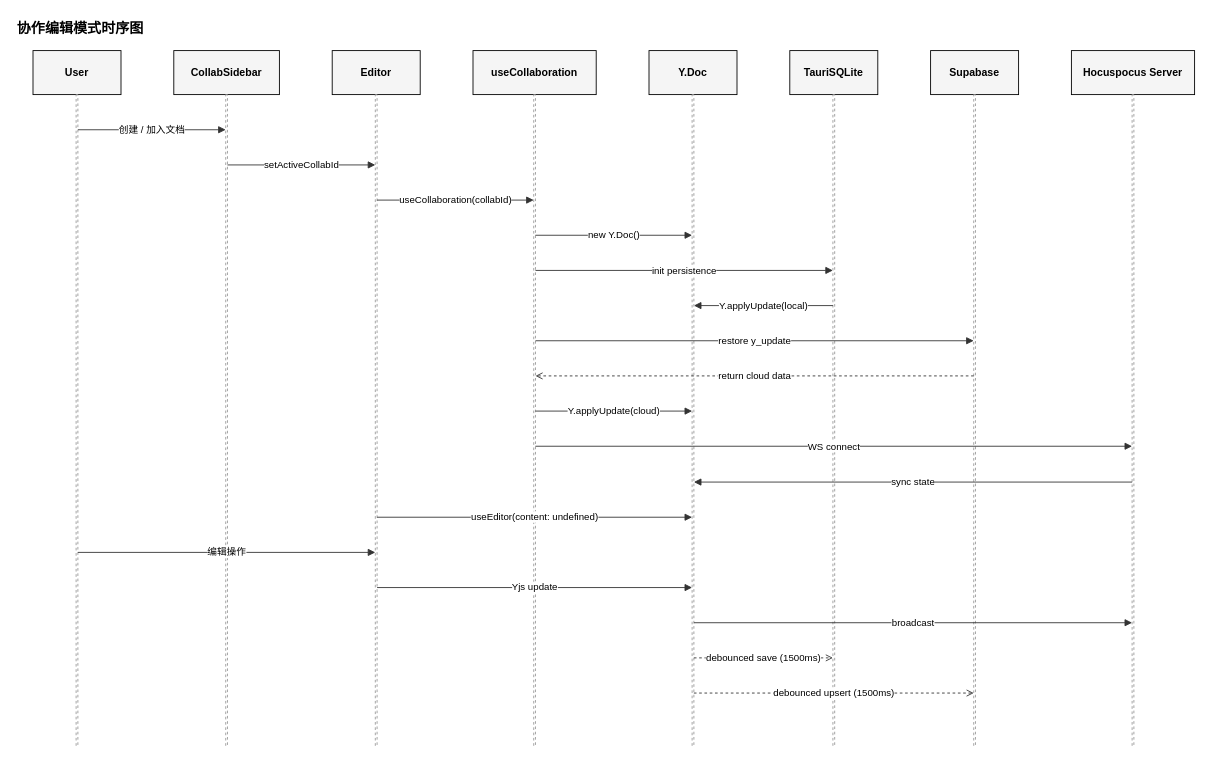
Above: docs/diagrams/collaboration-sequence.drawio in zhoumowan/zmark (draw.io), before the change. Source tidied: cells renumbered, new cells numbered last; positions are measured from the earlier drawing's top-left corner, leaving out a move shared by most shapes. Both pictures are drawn from the tidied source at 88%, with x=0, y=0 at pixel (15, 15).
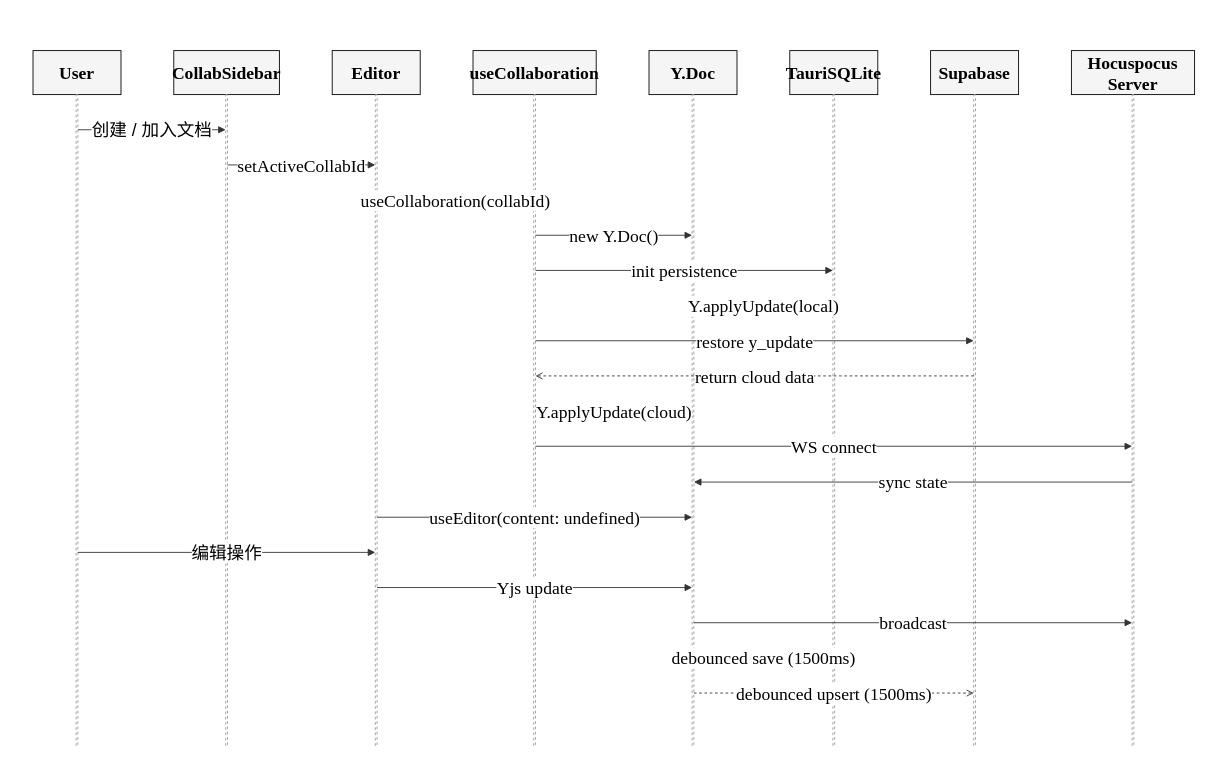
After the change.

The edit, as a diff of the source:
```diff
@@
-    <mxCell id="2" value="协作编辑模式时序图" style="text;html=1;strokeColor=none;fillColor=none;align=left;verticalAlign=middle;whiteSpace=wrap;rounded=0;fontSize=16;fontStyle=1;fontColor=#000000;" parent="1" vertex="1">
-      <mxGeometry width="280" height="30" as="geometry" />
-    </mxCell>
-    <mxCell id="3" value="User" style="rounded=0;whiteSpace=wrap;html=1;fillColor=#f5f5f5;strokeColor=#000000;fontColor=#000000;fontSize=12;fontStyle=1;" parent="1" vertex="1">
+    <mxCell id="3" value="User" style="rounded=0;whiteSpace=wrap;html=1;fillColor=#f5f5f5;strokeColor=#000000;fontColor=#000000;fontSize=20;fontStyle=1;fontFamily=Times New Roman;" parent="1" vertex="1">
       <mxGeometry x="20" y="40" width="100" height="50" as="geometry" />
     </mxCell>
-    <mxCell id="4" value="CollabSidebar" style="rounded=0;whiteSpace=wrap;html=1;fillColor=#f5f5f5;strokeColor=#000000;fontColor=#000000;fontSize=12;fontStyle=1;" parent="1" vertex="1">
+    <mxCell id="4" value="CollabSidebar" style="rounded=0;whiteSpace=wrap;html=1;fillColor=#f5f5f5;strokeColor=#000000;fontColor=#000000;fontSize=20;fontStyle=1;fontFamily=Times New Roman;" parent="1" vertex="1">
       <mxGeometry x="180" y="40" width="120" height="50" as="geometry" />
     </mxCell>
-    <mxCell id="5" value="Editor" style="rounded=0;whiteSpace=wrap;html=1;fillColor=#f5f5f5;strokeColor=#000000;fontColor=#000000;fontSize=12;fontStyle=1;" parent="1" vertex="1">
+    <mxCell id="5" value="Editor" style="rounded=0;whiteSpace=wrap;html=1;fillColor=#f5f5f5;strokeColor=#000000;fontColor=#000000;fontSize=20;fontStyle=1;fontFamily=Times New Roman;" parent="1" vertex="1">
       <mxGeometry x="360" y="40" width="100" height="50" as="geometry" />
     </mxCell>
-    <mxCell id="6" value="useCollaboration" style="rounded=0;whiteSpace=wrap;html=1;fillColor=#f5f5f5;strokeColor=#000000;fontColor=#000000;fontSize=12;fontStyle=1;" parent="1" vertex="1">
+    <mxCell id="6" value="useCollaboration" style="rounded=0;whiteSpace=wrap;html=1;fillColor=#f5f5f5;strokeColor=#000000;fontColor=#000000;fontSize=20;fontStyle=1;fontFamily=Times New Roman;" parent="1" vertex="1">
       <mxGeometry x="520" y="40" width="140" height="50" as="geometry" />
     </mxCell>
-    <mxCell id="7" value="Y.Doc" style="rounded=0;whiteSpace=wrap;html=1;fillColor=#f5f5f5;strokeColor=#000000;fontColor=#000000;fontSize=12;fontStyle=1;" parent="1" vertex="1">
+    <mxCell id="7" value="Y.Doc" style="rounded=0;whiteSpace=wrap;html=1;fillColor=#f5f5f5;strokeColor=#000000;fontColor=#000000;fontSize=20;fontStyle=1;fontFamily=Times New Roman;" parent="1" vertex="1">
       <mxGeometry x="720" y="40" width="100" height="50" as="geometry" />
     </mxCell>
-    <mxCell id="8" value="TauriSQLite" style="rounded=0;whiteSpace=wrap;html=1;fillColor=#f5f5f5;strokeColor=#000000;fontColor=#000000;fontSize=12;fontStyle=1;" parent="1" vertex="1">
+    <mxCell id="8" value="TauriSQLite" style="rounded=0;whiteSpace=wrap;html=1;fillColor=#f5f5f5;strokeColor=#000000;fontColor=#000000;fontSize=20;fontStyle=1;fontFamily=Times New Roman;" parent="1" vertex="1">
       <mxGeometry x="880" y="40" width="100" height="50" as="geometry" />
     </mxCell>
-    <mxCell id="9" value="Supabase" style="rounded=0;whiteSpace=wrap;html=1;fillColor=#f5f5f5;strokeColor=#000000;fontColor=#000000;fontSize=12;fontStyle=1;" parent="1" vertex="1">
+    <mxCell id="9" value="Supabase" style="rounded=0;whiteSpace=wrap;html=1;fillColor=#f5f5f5;strokeColor=#000000;fontColor=#000000;fontSize=20;fontStyle=1;fontFamily=Times New Roman;" parent="1" vertex="1">
       <mxGeometry x="1040" y="40" width="100" height="50" as="geometry" />
     </mxCell>
-    <mxCell id="10" value="Hocuspocus Server" style="rounded=0;whiteSpace=wrap;html=1;fillColor=#f5f5f5;strokeColor=#000000;fontColor=#000000;fontSize=12;fontStyle=1;" parent="1" vertex="1">
+    <mxCell id="10" value="Hocuspocus Server" style="rounded=0;whiteSpace=wrap;html=1;fillColor=#f5f5f5;strokeColor=#000000;fontColor=#000000;fontSize=20;fontStyle=1;fontFamily=Times New Roman;" parent="1" vertex="1">
       <mxGeometry x="1200" y="40" width="140" height="50" as="geometry" />
     </mxCell>
-    <mxCell id="11" style="rounded=0;whiteSpace=wrap;html=1;fillColor=none;strokeColor=#999999;dashed=1;" parent="1" vertex="1">
+    <mxCell id="11" style="rounded=0;whiteSpace=wrap;html=1;fillColor=none;strokeColor=#999999;dashed=1;fontSize=20;fontFamily=Times New Roman;" parent="1" vertex="1">
       <mxGeometry x="69" y="90" width="2" height="740" as="geometry" />
     </mxCell>
-    <mxCell id="12" style="rounded=0;whiteSpace=wrap;html=1;fillColor=none;strokeColor=#999999;dashed=1;" parent="1" vertex="1">
+    <mxCell id="12" style="rounded=0;whiteSpace=wrap;html=1;fillColor=none;strokeColor=#999999;dashed=1;fontSize=20;fontFamily=Times New Roman;" parent="1" vertex="1">
       <mxGeometry x="239" y="90" width="2" height="740" as="geometry" />
     </mxCell>
-    <mxCell id="13" style="rounded=0;whiteSpace=wrap;html=1;fillColor=none;strokeColor=#999999;dashed=1;" parent="1" vertex="1">
+    <mxCell id="13" style="rounded=0;whiteSpace=wrap;html=1;fillColor=none;strokeColor=#999999;dashed=1;fontSize=20;fontFamily=Times New Roman;" parent="1" vertex="1">
       <mxGeometry x="409" y="90" width="2" height="740" as="geometry" />
     </mxCell>
-    <mxCell id="14" style="rounded=0;whiteSpace=wrap;html=1;fillColor=none;strokeColor=#999999;dashed=1;" parent="1" vertex="1">
+    <mxCell id="14" style="rounded=0;whiteSpace=wrap;html=1;fillColor=none;strokeColor=#999999;dashed=1;fontSize=20;fontFamily=Times New Roman;" parent="1" vertex="1">
       <mxGeometry x="589" y="90" width="2" height="740" as="geometry" />
     </mxCell>
-    <mxCell id="15" style="rounded=0;whiteSpace=wrap;html=1;fillColor=none;strokeColor=#999999;dashed=1;" parent="1" vertex="1">
+    <mxCell id="15" style="rounded=0;whiteSpace=wrap;html=1;fillColor=none;strokeColor=#999999;dashed=1;fontSize=20;fontFamily=Times New Roman;" parent="1" vertex="1">
       <mxGeometry x="769" y="90" width="2" height="740" as="geometry" />
     </mxCell>
-    <mxCell id="16" style="rounded=0;whiteSpace=wrap;html=1;fillColor=none;strokeColor=#999999;dashed=1;" parent="1" vertex="1">
+    <mxCell id="16" style="rounded=0;whiteSpace=wrap;html=1;fillColor=none;strokeColor=#999999;dashed=1;fontSize=20;fontFamily=Times New Roman;" parent="1" vertex="1">
       <mxGeometry x="929" y="90" width="2" height="740" as="geometry" />
     </mxCell>
-    <mxCell id="17" style="rounded=0;whiteSpace=wrap;html=1;fillColor=none;strokeColor=#999999;dashed=1;" parent="1" vertex="1">
+    <mxCell id="17" style="rounded=0;whiteSpace=wrap;html=1;fillColor=none;strokeColor=#999999;dashed=1;fontSize=20;fontFamily=Times New Roman;" parent="1" vertex="1">
       <mxGeometry x="1089" y="90" width="2" height="740" as="geometry" />
     </mxCell>
-    <mxCell id="18" style="rounded=0;whiteSpace=wrap;html=1;fillColor=none;strokeColor=#999999;dashed=1;" parent="1" vertex="1">
+    <mxCell id="18" style="rounded=0;whiteSpace=wrap;html=1;fillColor=none;strokeColor=#999999;dashed=1;fontSize=20;fontFamily=Times New Roman;" parent="1" vertex="1">
       <mxGeometry x="1269" y="90" width="2" height="740" as="geometry" />
     </mxCell>
-    <mxCell id="19" value="创建 / 加入文档" style="edgeStyle=none;html=1;strokeColor=#333333;fontSize=11;endArrow=block;exitX=1;exitY=0.054;entryX=0;entryY=0.054;" parent="1" edge="1" source="11" target="12">
+    <mxCell id="19" value="&lt;font face=&quot;宋体&quot;&gt;创建 / 加入文档&lt;/font&gt;" style="edgeStyle=none;html=1;strokeColor=#333333;fontSize=20;endArrow=block;exitX=1;exitY=0.054;entryX=0;entryY=0.054;fontFamily=Times New Roman;" parent="1" edge="1" source="11" target="12">
       <mxGeometry relative="1" as="geometry" />
     </mxCell>
-    <mxCell id="20" value="setActiveCollabId" style="edgeStyle=none;html=1;strokeColor=#333333;fontSize=11;endArrow=block;exitX=1;exitY=0.108;entryX=0;entryY=0.108;" parent="1" edge="1" source="12" target="13">
+    <mxCell id="20" value="setActiveCollabId" style="edgeStyle=none;html=1;strokeColor=#333333;fontSize=20;endArrow=block;exitX=1;exitY=0.108;entryX=0;entryY=0.108;fontFamily=Times New Roman;" parent="1" edge="1" source="12" target="13">
       <mxGeometry relative="1" as="geometry" />
     </mxCell>
-    <mxCell id="21" value="useCollaboration(collabId)" style="edgeStyle=none;html=1;strokeColor=#333333;fontSize=11;endArrow=block;exitX=1;exitY=0.162;entryX=0;entryY=0.162;" parent="1" edge="1" source="13" target="14">
+    <mxCell id="21" value="useCollaboration(collabId)" style="edgeStyle=none;html=1;strokeColor=#333333;fontSize=20;endArrow=block;exitX=1;exitY=0.162;entryX=0;entryY=0.162;fontFamily=Times New Roman;" parent="1" edge="1" source="13" target="14">
       <mxGeometry relative="1" as="geometry" />
     </mxCell>
-    <mxCell id="22" value="new Y.Doc()" style="edgeStyle=none;html=1;strokeColor=#333333;fontSize=11;endArrow=block;exitX=1;exitY=0.216;entryX=0;entryY=0.216;" parent="1" edge="1" source="14" target="15">
+    <mxCell id="22" value="new Y.Doc()" style="edgeStyle=none;html=1;strokeColor=#333333;fontSize=20;endArrow=block;exitX=1;exitY=0.216;entryX=0;entryY=0.216;fontFamily=Times New Roman;" parent="1" edge="1" source="14" target="15">
       <mxGeometry relative="1" as="geometry" />
     </mxCell>
-    <mxCell id="23" value="init persistence" style="edgeStyle=none;html=1;strokeColor=#333333;fontSize=11;endArrow=block;exitX=1;exitY=0.27;entryX=0;entryY=0.27;" parent="1" edge="1" source="14" target="16">
+    <mxCell id="23" value="init persistence" style="edgeStyle=none;html=1;strokeColor=#333333;fontSize=20;endArrow=block;exitX=1;exitY=0.27;entryX=0;entryY=0.27;fontFamily=Times New Roman;" parent="1" edge="1" source="14" target="16">
       <mxGeometry relative="1" as="geometry" />
     </mxCell>
-    <mxCell id="24" value="Y.applyUpdate(local)" style="edgeStyle=none;html=1;strokeColor=#333333;fontSize=11;endArrow=block;exitX=0;exitY=0.324;entryX=1;entryY=0.324;" parent="1" edge="1" source="16" target="15">
+    <mxCell id="24" value="Y.applyUpdate(local)" style="edgeStyle=none;html=1;strokeColor=#333333;fontSize=20;endArrow=block;exitX=0;exitY=0.324;entryX=1;entryY=0.324;fontFamily=Times New Roman;" parent="1" edge="1" source="16" target="15">
       <mxGeometry relative="1" as="geometry" />
     </mxCell>
-    <mxCell id="25" value="restore y_update" style="edgeStyle=none;html=1;strokeColor=#333333;fontSize=11;endArrow=block;exitX=1;exitY=0.378;entryX=0;entryY=0.378;" parent="1" edge="1" source="14" target="17">
+    <mxCell id="25" value="restore y_update" style="edgeStyle=none;html=1;strokeColor=#333333;fontSize=20;endArrow=block;exitX=1;exitY=0.378;entryX=0;entryY=0.378;fontFamily=Times New Roman;" parent="1" edge="1" source="14" target="17">
       <mxGeometry relative="1" as="geometry" />
     </mxCell>
-    <mxCell id="26" value="return cloud data" style="edgeStyle=none;html=1;strokeColor=#333333;fontSize=11;endArrow=open;dashed=1;exitX=0;exitY=0.432;entryX=1;entryY=0.432;" parent="1" edge="1" source="17" target="14">
+    <mxCell id="26" value="return cloud data" style="edgeStyle=none;html=1;strokeColor=#333333;fontSize=20;endArrow=open;dashed=1;exitX=0;exitY=0.432;entryX=1;entryY=0.432;fontFamily=Times New Roman;" parent="1" edge="1" source="17" target="14">
       <mxGeometry relative="1" as="geometry" />
     </mxCell>
-    <mxCell id="27" value="Y.applyUpdate(cloud)" style="edgeStyle=none;html=1;strokeColor=#333333;fontSize=11;endArrow=block;exitX=1;exitY=0.486;entryX=0;entryY=0.486;" parent="1" edge="1" source="14" target="15">
+    <mxCell id="27" value="Y.applyUpdate(cloud)" style="edgeStyle=none;html=1;strokeColor=#333333;fontSize=20;endArrow=block;exitX=1;exitY=0.486;entryX=0;entryY=0.486;fontFamily=Times New Roman;" parent="1" edge="1" source="14" target="15">
       <mxGeometry relative="1" as="geometry" />
     </mxCell>
-    <mxCell id="28" value="WS connect" style="edgeStyle=none;html=1;strokeColor=#333333;fontSize=11;endArrow=block;exitX=1;exitY=0.54;entryX=0;entryY=0.54;" parent="1" edge="1" source="14" target="18">
+    <mxCell id="28" value="WS connect" style="edgeStyle=none;html=1;strokeColor=#333333;fontSize=20;endArrow=block;exitX=1;exitY=0.54;entryX=0;entryY=0.54;fontFamily=Times New Roman;" parent="1" edge="1" source="14" target="18">
       <mxGeometry relative="1" as="geometry" />
     </mxCell>
-    <mxCell id="29" value="sync state" style="edgeStyle=none;html=1;strokeColor=#333333;fontSize=11;endArrow=block;exitX=0;exitY=0.595;entryX=1;entryY=0.595;" parent="1" edge="1" source="18" target="15">
+    <mxCell id="29" value="sync state" style="edgeStyle=none;html=1;strokeColor=#333333;fontSize=20;endArrow=block;exitX=0;exitY=0.595;entryX=1;entryY=0.595;fontFamily=Times New Roman;" parent="1" edge="1" source="18" target="15">
       <mxGeometry relative="1" as="geometry" />
     </mxCell>
-    <mxCell id="30" value="useEditor(content: undefined)" style="edgeStyle=none;html=1;strokeColor=#333333;fontSize=11;endArrow=block;exitX=1;exitY=0.649;entryX=0;entryY=0.649;" parent="1" edge="1" source="13" target="15">
+    <mxCell id="30" value="useEditor(content: undefined)" style="edgeStyle=none;html=1;strokeColor=#333333;fontSize=20;endArrow=block;exitX=1;exitY=0.649;entryX=0;entryY=0.649;fontFamily=Times New Roman;" parent="1" edge="1" source="13" target="15">
       <mxGeometry relative="1" as="geometry" />
     </mxCell>
-    <mxCell id="31" value="编辑操作" style="edgeStyle=none;html=1;strokeColor=#333333;fontSize=11;endArrow=block;exitX=1;exitY=0.703;entryX=0;entryY=0.703;" parent="1" edge="1" source="11" target="13">
+    <mxCell id="31" value="&lt;font face=&quot;宋体&quot;&gt;编辑操作&lt;/font&gt;" style="edgeStyle=none;html=1;strokeColor=#333333;fontSize=20;endArrow=block;exitX=1;exitY=0.703;entryX=0;entryY=0.703;fontFamily=Times New Roman;" parent="1" edge="1" source="11" target="13">
       <mxGeometry relative="1" as="geometry" />
     </mxCell>
-    <mxCell id="32" value="Yjs update" style="edgeStyle=none;html=1;strokeColor=#333333;fontSize=11;endArrow=block;exitX=1;exitY=0.757;entryX=0;entryY=0.757;" parent="1" edge="1" source="13" target="15">
+    <mxCell id="32" value="Yjs update" style="edgeStyle=none;html=1;strokeColor=#333333;fontSize=20;endArrow=block;exitX=1;exitY=0.757;entryX=0;entryY=0.757;fontFamily=Times New Roman;" parent="1" edge="1" source="13" target="15">
       <mxGeometry relative="1" as="geometry" />
     </mxCell>
-    <mxCell id="33" value="broadcast" style="edgeStyle=none;html=1;strokeColor=#333333;fontSize=11;endArrow=block;exitX=1;exitY=0.811;entryX=0;entryY=0.811;" parent="1" edge="1" source="15" target="18">
+    <mxCell id="33" value="broadcast" style="edgeStyle=none;html=1;strokeColor=#333333;fontSize=20;endArrow=block;exitX=1;exitY=0.811;entryX=0;entryY=0.811;fontFamily=Times New Roman;" parent="1" edge="1" source="15" target="18">
       <mxGeometry relative="1" as="geometry" />
     </mxCell>
-    <mxCell id="34" value="debounced save (1500ms)" style="edgeStyle=none;html=1;strokeColor=#333333;fontSize=11;endArrow=open;dashed=1;exitX=1;exitY=0.865;entryX=0;entryY=0.865;" parent="1" edge="1" source="15" target="16">
+    <mxCell id="34" value="debounced save (1500ms)" style="edgeStyle=none;html=1;strokeColor=#333333;fontSize=20;endArrow=open;dashed=1;exitX=1;exitY=0.865;entryX=0;entryY=0.865;fontFamily=Times New Roman;" parent="1" edge="1" source="15" target="16">
       <mxGeometry relative="1" as="geometry" />
     </mxCell>
-    <mxCell id="35" value="debounced upsert (1500ms)" style="edgeStyle=none;html=1;strokeColor=#333333;fontSize=11;endArrow=open;dashed=1;exitX=1;exitY=0.919;entryX=0;entryY=0.919;" parent="1" edge="1" source="15" target="17">
+    <mxCell id="35" value="debounced upsert (1500ms)" style="edgeStyle=none;html=1;strokeColor=#333333;fontSize=20;endArrow=open;dashed=1;exitX=1;exitY=0.919;entryX=0;entryY=0.919;fontFamily=Times New Roman;" parent="1" edge="1" source="15" target="17">
       <mxGeometry relative="1" as="geometry" />
     </mxCell>
```
